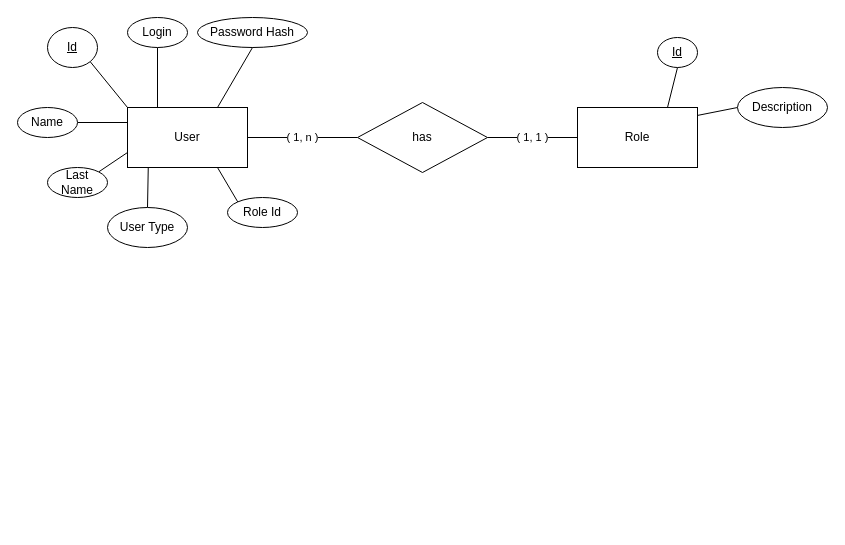
Above: model.drawio in Ingenieria-En-Software-2/DB (draw.io), before the change. Source tidied: cells renumbered, new cells numbered last; positions are measured from the earlier drawing's top-left corner, leaving out a move shared by most shapes. Both pictures are drawn from the tidied source at 100%, with x=0, y=0 at pixel (17, 17).
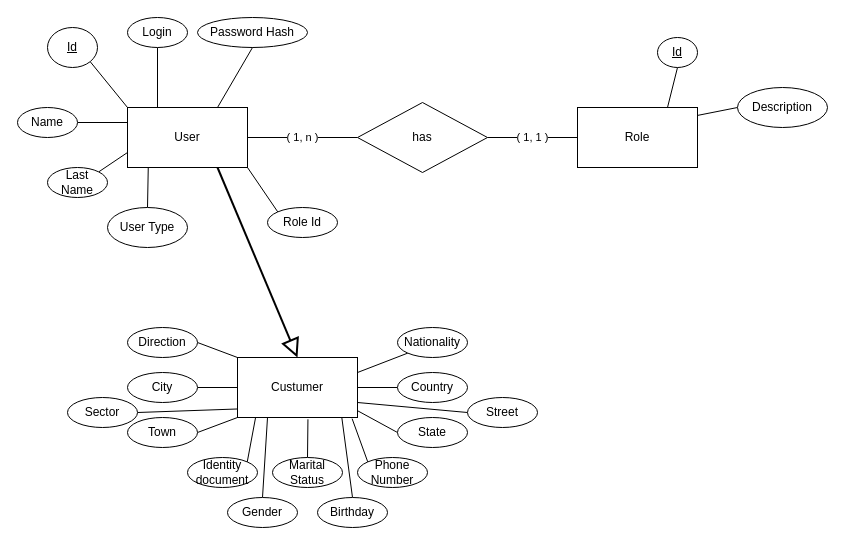
The same page after the edit.

Commit message:
Added customer entity

The change refers to these unchanged cells:
```xml
<mxCell id="3" value="User" style="rounded=0;whiteSpace=wrap;html=1;" parent="1" vertex="1">
  <mxGeometry x="110" y="90" width="120" height="60" as="geometry" />
</mxCell>
```

Change to the diagram source:
```diff
@@
+    <mxCell id="25" style="edgeStyle=none;html=1;exitX=0.75;exitY=1;exitDx=0;exitDy=0;entryX=0.5;entryY=0;entryDx=0;entryDy=0;endArrow=block;endFill=0;targetPerimeterSpacing=4;endSize=14;startSize=11;strokeWidth=2;" parent="1" edge="1" source="3" target="52">
+      <mxGeometry relative="1" as="geometry" />
+    </mxCell>
@@
-    <mxCell id="17" style="edgeStyle=none;html=1;exitX=0;exitY=0;exitDx=0;exitDy=0;entryX=0.75;entryY=1;entryDx=0;entryDy=0;endArrow=none;endFill=0;" parent="1" edge="1" source="18" target="3">
+    <mxCell id="17" style="edgeStyle=none;html=1;exitX=0;exitY=0;exitDx=0;exitDy=0;entryX=1;entryY=1;entryDx=0;entryDy=0;endArrow=none;endFill=0;" parent="1" edge="1" source="18" target="3">
       <mxGeometry relative="1" as="geometry" />
     </mxCell>
     <mxCell id="18" value="Role&amp;nbsp;Id" style="ellipse;whiteSpace=wrap;html=1;" parent="1" vertex="1">
-      <mxGeometry x="210" y="180" width="70" height="30" as="geometry" />
+      <mxGeometry x="250" y="190" width="70" height="30" as="geometry" />
     </mxCell>
@@
+    <mxCell id="26" style="edgeStyle=none;html=1;exitX=1;exitY=0;exitDx=0;exitDy=0;entryX=0.15;entryY=1.007;entryDx=0;entryDy=0;entryPerimeter=0;endArrow=none;endFill=0;" parent="1" edge="1" source="27" target="52">
+      <mxGeometry relative="1" as="geometry" />
+    </mxCell>
+    <mxCell id="27" value="Identity document" style="ellipse;whiteSpace=wrap;html=1;" parent="1" vertex="1">
+      <mxGeometry x="170" y="440" width="70" height="30" as="geometry" />
+    </mxCell>
+    <mxCell id="28" style="edgeStyle=none;html=1;exitX=0.5;exitY=0;exitDx=0;exitDy=0;entryX=0.25;entryY=1;entryDx=0;entryDy=0;endArrow=none;endFill=0;" parent="1" edge="1" source="29" target="52">
+      <mxGeometry relative="1" as="geometry" />
+    </mxCell>
+    <mxCell id="29" value="Gender" style="ellipse;whiteSpace=wrap;html=1;" parent="1" vertex="1">
+      <mxGeometry x="210" y="480" width="70" height="30" as="geometry" />
+    </mxCell>
+    <mxCell id="30" style="edgeStyle=none;html=1;exitX=0.5;exitY=0;exitDx=0;exitDy=0;entryX=0.587;entryY=1.03;entryDx=0;entryDy=0;entryPerimeter=0;endArrow=none;endFill=0;" parent="1" edge="1" source="31" target="52">
+      <mxGeometry relative="1" as="geometry" />
+    </mxCell>
+    <mxCell id="31" value="Marital Status" style="ellipse;whiteSpace=wrap;html=1;" parent="1" vertex="1">
+      <mxGeometry x="255" y="440" width="70" height="30" as="geometry" />
+    </mxCell>
+    <mxCell id="32" style="edgeStyle=none;html=1;exitX=0.5;exitY=0;exitDx=0;exitDy=0;entryX=0.869;entryY=0.996;entryDx=0;entryDy=0;entryPerimeter=0;endArrow=none;endFill=0;" parent="1" edge="1" source="33" target="52">
+      <mxGeometry relative="1" as="geometry" />
+    </mxCell>
+    <mxCell id="33" value="Birthday" style="ellipse;whiteSpace=wrap;html=1;" parent="1" vertex="1">
+      <mxGeometry x="300" y="480" width="70" height="30" as="geometry" />
+    </mxCell>
+    <mxCell id="34" style="edgeStyle=none;html=1;exitX=0;exitY=0;exitDx=0;exitDy=0;entryX=0.955;entryY=1.019;entryDx=0;entryDy=0;entryPerimeter=0;endArrow=none;endFill=0;" parent="1" edge="1" source="35" target="52">
+      <mxGeometry relative="1" as="geometry" />
+    </mxCell>
+    <mxCell id="35" value="Phone Number" style="ellipse;whiteSpace=wrap;html=1;" parent="1" vertex="1">
+      <mxGeometry x="340" y="440" width="70" height="30" as="geometry" />
+    </mxCell>
+    <mxCell id="36" style="edgeStyle=none;html=1;exitX=0;exitY=1;exitDx=0;exitDy=0;entryX=1;entryY=0.25;entryDx=0;entryDy=0;endArrow=none;endFill=0;" parent="1" edge="1" source="37" target="52">
+      <mxGeometry relative="1" as="geometry" />
+    </mxCell>
+    <mxCell id="37" value="Nationality" style="ellipse;whiteSpace=wrap;html=1;" parent="1" vertex="1">
+      <mxGeometry x="380" y="310" width="70" height="30" as="geometry" />
+    </mxCell>
+    <mxCell id="38" style="edgeStyle=none;html=1;exitX=1;exitY=0.5;exitDx=0;exitDy=0;entryX=0;entryY=0;entryDx=0;entryDy=0;endArrow=none;endFill=0;" parent="1" edge="1" source="39" target="52">
+      <mxGeometry relative="1" as="geometry" />
+    </mxCell>
+    <mxCell id="39" value="Direction" style="ellipse;whiteSpace=wrap;html=1;" parent="1" vertex="1">
+      <mxGeometry x="110" y="310" width="70" height="30" as="geometry" />
+    </mxCell>
+    <mxCell id="40" style="edgeStyle=none;html=1;exitX=0;exitY=0.5;exitDx=0;exitDy=0;entryX=1;entryY=0.75;entryDx=0;entryDy=0;endArrow=none;endFill=0;" parent="1" edge="1" source="41" target="52">
+      <mxGeometry relative="1" as="geometry" />
+    </mxCell>
+    <mxCell id="41" value="Street" style="ellipse;whiteSpace=wrap;html=1;" parent="1" vertex="1">
+      <mxGeometry x="450" y="380" width="70" height="30" as="geometry" />
+    </mxCell>
+    <mxCell id="42" style="edgeStyle=none;html=1;exitX=1;exitY=0.5;exitDx=0;exitDy=0;entryX=0.001;entryY=0.858;entryDx=0;entryDy=0;entryPerimeter=0;endArrow=none;endFill=0;" parent="1" edge="1" source="43" target="52">
+      <mxGeometry relative="1" as="geometry" />
+    </mxCell>
+    <mxCell id="43" value="Sector" style="ellipse;whiteSpace=wrap;html=1;" parent="1" vertex="1">
+      <mxGeometry x="50" y="380" width="70" height="30" as="geometry" />
+    </mxCell>
+    <mxCell id="44" style="edgeStyle=none;html=1;exitX=1;exitY=0.5;exitDx=0;exitDy=0;entryX=0;entryY=0.5;entryDx=0;entryDy=0;endArrow=none;endFill=0;" parent="1" edge="1" source="45" target="52">
+      <mxGeometry relative="1" as="geometry" />
+    </mxCell>
+    <mxCell id="45" value="City" style="ellipse;whiteSpace=wrap;html=1;" parent="1" vertex="1">
+      <mxGeometry x="110" y="355" width="70" height="30" as="geometry" />
+    </mxCell>
+    <mxCell id="46" style="edgeStyle=none;html=1;exitX=0;exitY=0.5;exitDx=0;exitDy=0;entryX=1;entryY=0.5;entryDx=0;entryDy=0;endArrow=none;endFill=0;" parent="1" edge="1" source="47" target="52">
+      <mxGeometry relative="1" as="geometry" />
+    </mxCell>
+    <mxCell id="47" value="Country" style="ellipse;whiteSpace=wrap;html=1;" parent="1" vertex="1">
+      <mxGeometry x="380" y="355" width="70" height="30" as="geometry" />
+    </mxCell>
+    <mxCell id="48" style="edgeStyle=none;html=1;exitX=0;exitY=0.5;exitDx=0;exitDy=0;entryX=0.995;entryY=0.881;entryDx=0;entryDy=0;entryPerimeter=0;endArrow=none;endFill=0;" parent="1" edge="1" source="49" target="52">
+      <mxGeometry relative="1" as="geometry" />
+    </mxCell>
+    <mxCell id="49" value="State" style="ellipse;whiteSpace=wrap;html=1;" parent="1" vertex="1">
+      <mxGeometry x="380" y="400" width="70" height="30" as="geometry" />
+    </mxCell>
+    <mxCell id="50" style="edgeStyle=none;html=1;exitX=1;exitY=0.5;exitDx=0;exitDy=0;entryX=0;entryY=1;entryDx=0;entryDy=0;endArrow=none;endFill=0;" parent="1" edge="1" source="51" target="52">
+      <mxGeometry relative="1" as="geometry" />
+    </mxCell>
+    <mxCell id="51" value="Town" style="ellipse;whiteSpace=wrap;html=1;" parent="1" vertex="1">
+      <mxGeometry x="110" y="400" width="70" height="30" as="geometry" />
+    </mxCell>
+    <mxCell id="52" value="Custumer" style="rounded=0;whiteSpace=wrap;html=1;" parent="1" vertex="1">
+      <mxGeometry x="220" y="340" width="120" height="60" as="geometry" />
+    </mxCell>
```
